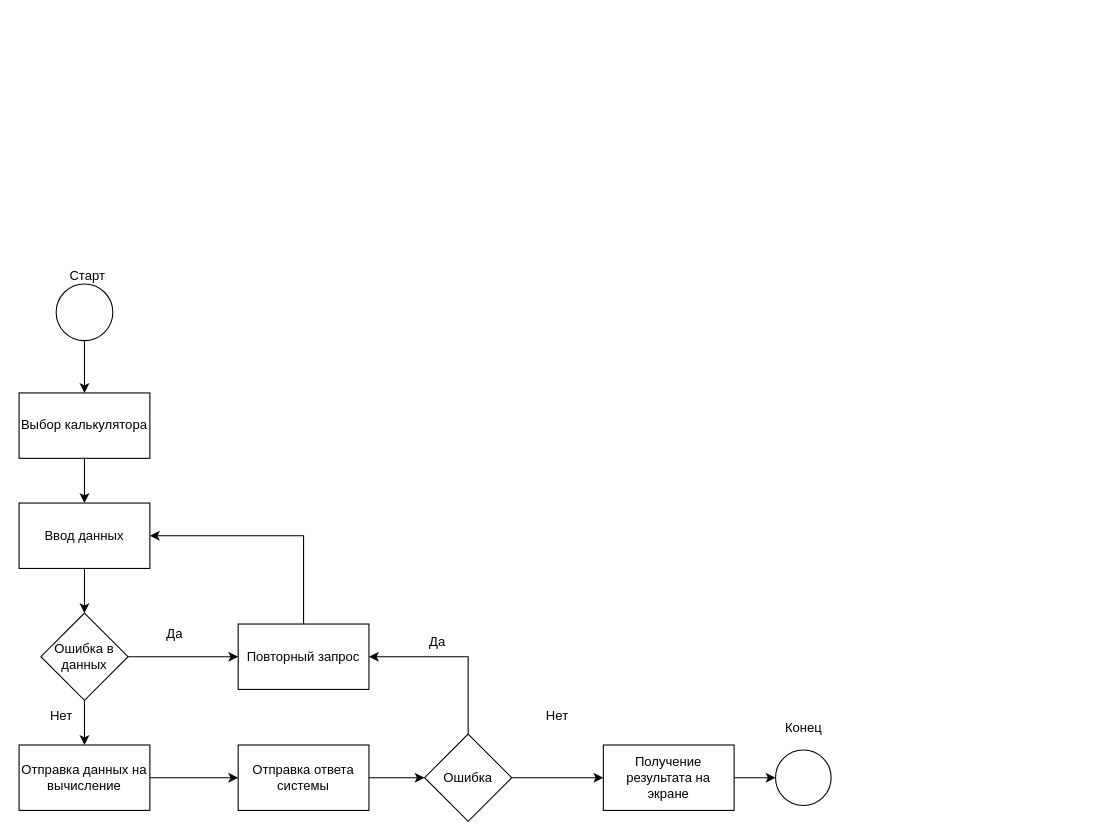
Alexander-Bankov/draw keeps this draw.io diagram as pr2.drawio. Above is the earlier version. Source tidied: cells renumbered, new cells numbered last; positions are measured from the earlier drawing's top-left corner, leaving out a move shared by most shapes. Both pictures are drawn from the tidied source at 109%, with x=0, y=0 at pixel (19, 259).
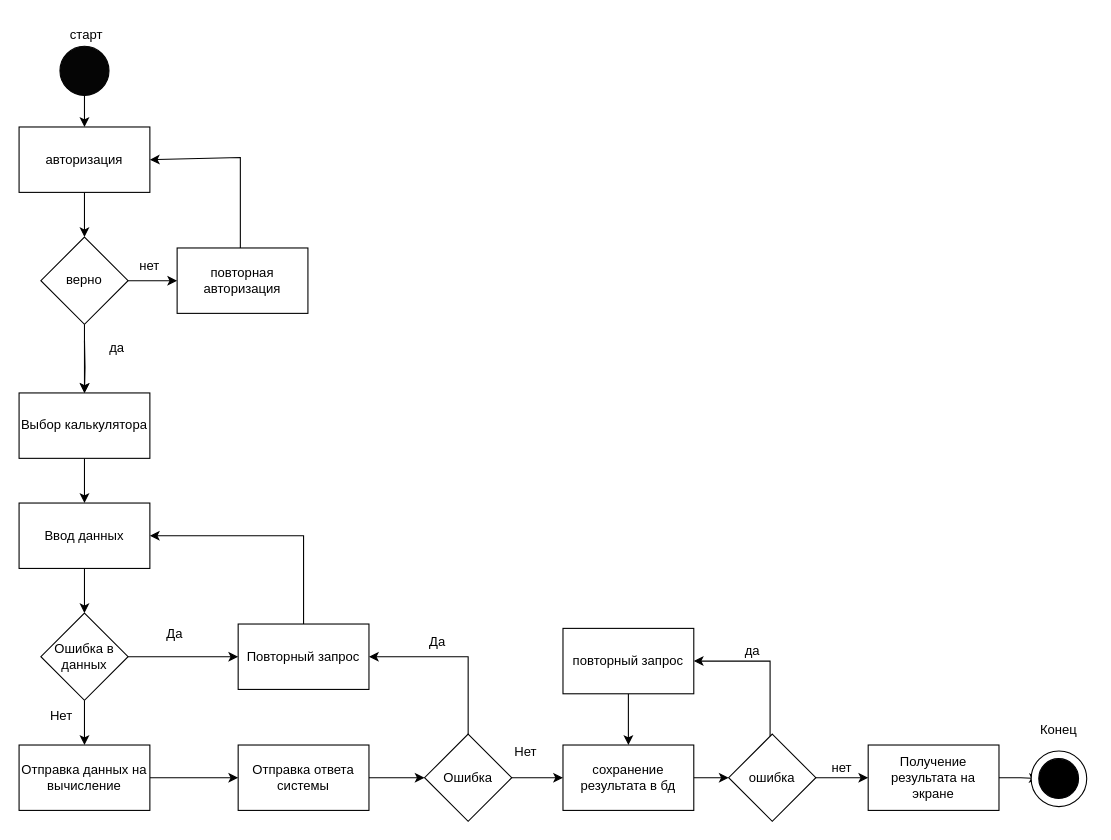
After the change.

Unchanged cells that the change refers to:
```xml
<mxCell id="19" value="Ошибка" style="rhombus;whiteSpace=wrap;html=1;" parent="1" vertex="1">
  <mxGeometry x="372" y="435" width="80" height="80" as="geometry" />
</mxCell>
<mxCell id="28" value="Выбор калькулятора" style="rounded=0;whiteSpace=wrap;html=1;" parent="1" vertex="1">
  <mxGeometry y="122" width="120" height="60" as="geometry" />
</mxCell>
```

What changed in the source:
```diff
@@
-    <mxCell id="2" style="edgeStyle=orthogonalEdgeStyle;rounded=0;jettySize=auto;html=1;" parent="1" edge="1" source="3" target="28">
-      <mxGeometry relative="1" as="geometry" />
+    <mxCell id="2" style="edgeStyle=orthogonalEdgeStyle;rounded=0;jettySize=auto;html=1;" parent="1" edge="1" target="28">
+      <mxGeometry relative="1" as="geometry">
+        <mxPoint x="60" y="74" as="sourcePoint" />
+      </mxGeometry>
     </mxCell>
-    <mxCell id="3" style="ellipse;whiteSpace=wrap;html=1;labelBackgroundColor=none;" parent="1" vertex="1">
-      <mxGeometry x="34" y="22" width="52" height="52" as="geometry" />
-    </mxCell>
-    <mxCell id="4" value="Старт" style="text;html=1;align=center;verticalAlign=middle;whiteSpace=wrap;rounded=0;labelBackgroundColor=none;" parent="1" vertex="1">
-      <mxGeometry x="33" width="60" height="30" as="geometry" />
-    </mxCell>
@@
-    <mxCell id="18" style="edgeStyle=orthogonalEdgeStyle;rounded=0;jettySize=auto;html=1;exitX=1;exitY=0.5;exitDx=0;exitDy=0;entryX=0;entryY=0.5;entryDx=0;entryDy=0;" parent="1" edge="1" source="19" target="24">
-      <mxGeometry relative="1" as="geometry" />
-    </mxCell>
+    <mxCell id="29" style="edgeStyle=orthogonalEdgeStyle;rounded=0;jettySize=auto;html=1;" parent="1" edge="1" source="19" target="45">
+      <mxGeometry relative="1" as="geometry" />
+    </mxCell>
@@
     <mxCell id="22" value="Нет" style="text;html=1;align=center;verticalAlign=middle;whiteSpace=wrap;rounded=0;" parent="1" vertex="1">
-      <mxGeometry x="464" y="404" width="60" height="30" as="geometry" />
+      <mxGeometry x="435" y="437" width="60" height="30" as="geometry" />
     </mxCell>
-    <mxCell id="23" style="edgeStyle=orthogonalEdgeStyle;rounded=0;jettySize=auto;html=1;exitX=1;exitY=0.5;exitDx=0;exitDy=0;entryX=0;entryY=0.5;entryDx=0;entryDy=0;" parent="1" edge="1" source="24" target="25">
-      <mxGeometry relative="1" as="geometry" />
-    </mxCell>
+    <mxCell id="30" style="edgeStyle=orthogonalEdgeStyle;rounded=0;jettySize=auto;html=1;" parent="1" edge="1" source="24" target="43">
+      <mxGeometry relative="1" as="geometry" />
+    </mxCell>
     <mxCell id="24" value="Получение результата на экране" style="rounded=0;whiteSpace=wrap;html=1;" parent="1" vertex="1">
-      <mxGeometry x="536" y="445" width="120" height="60" as="geometry" />
+      <mxGeometry x="779" y="445" width="120" height="60" as="geometry" />
     </mxCell>
     <mxCell id="25" style="ellipse;whiteSpace=wrap;html=1;" parent="1" vertex="1">
-      <mxGeometry x="694" y="449.5" width="51" height="51" as="geometry" />
+      <mxGeometry x="928.5" y="450.5" width="51" height="51" as="geometry" />
     </mxCell>
     <mxCell id="26" value="Конец" style="text;html=1;align=center;verticalAlign=middle;whiteSpace=wrap;rounded=0;" parent="1" vertex="1">
-      <mxGeometry x="689.5" y="415" width="60" height="30" as="geometry" />
+      <mxGeometry x="924" y="416" width="60" height="30" as="geometry" />
     </mxCell>
@@
+    <mxCell id="31" style="edgeStyle=orthogonalEdgeStyle;rounded=0;jettySize=auto;html=1;" parent="1" edge="1" source="32" target="35">
+      <mxGeometry relative="1" as="geometry" />
+    </mxCell>
+    <mxCell id="32" value="авторизация" style="rounded=0;whiteSpace=wrap;html=1;" parent="1" vertex="1">
+      <mxGeometry y="-122" width="120" height="60" as="geometry" />
+    </mxCell>
+    <mxCell id="33" style="edgeStyle=orthogonalEdgeStyle;rounded=0;jettySize=auto;html=1;" parent="1" edge="1" source="35" target="28">
+      <mxGeometry relative="1" as="geometry" />
+    </mxCell>
+    <mxCell id="34" style="edgeStyle=orthogonalEdgeStyle;rounded=0;jettySize=auto;html=1;" parent="1" edge="1" source="35" target="37">
+      <mxGeometry relative="1" as="geometry" />
+    </mxCell>
+    <mxCell id="35" value="верно" style="rhombus;whiteSpace=wrap;html=1;" parent="1" vertex="1">
+      <mxGeometry x="20" y="-21" width="80" height="80" as="geometry" />
+    </mxCell>
+    <mxCell id="36" value="да" style="text;html=1;align=center;verticalAlign=middle;whiteSpace=wrap;rounded=0;" parent="1" vertex="1">
+      <mxGeometry x="60" y="66" width="60" height="30" as="geometry" />
+    </mxCell>
+    <mxCell id="37" value="повторная авторизация" style="rounded=0;whiteSpace=wrap;html=1;" parent="1" vertex="1">
+      <mxGeometry x="145" y="-11" width="120" height="60" as="geometry" />
+    </mxCell>
+    <mxCell id="38" value="нет" style="text;html=1;align=center;verticalAlign=middle;whiteSpace=wrap;rounded=0;" parent="1" vertex="1">
+      <mxGeometry x="90" y="-9" width="60" height="30" as="geometry" />
+    </mxCell>
+    <mxCell id="39" style="edgeStyle=orthogonalEdgeStyle;rounded=0;jettySize=auto;html=1;" parent="1" edge="1" source="40" target="32">
+      <mxGeometry relative="1" as="geometry" />
+    </mxCell>
+    <mxCell id="40" style="ellipse;whiteSpace=wrap;html=1;strokeColor=#030303;fillColor=#050505;" parent="1" vertex="1">
+      <mxGeometry x="37.5" y="-196" width="45" height="45" as="geometry" />
+    </mxCell>
+    <mxCell id="41" value="старт" style="text;html=1;align=center;verticalAlign=middle;whiteSpace=wrap;rounded=0;" parent="1" vertex="1">
+      <mxGeometry x="32" y="-221" width="60" height="30" as="geometry" />
+    </mxCell>
+    <mxCell id="42" style="endArrow=classic;html=1;rounded=0;entryX=1;entryY=0.5;entryDx=0;entryDy=0;" parent="1" edge="1" target="32">
+      <mxGeometry relative="1" as="geometry">
+        <mxPoint x="203" y="-11" as="sourcePoint" />
+        <Array as="points">
+          <mxPoint x="203" y="-94" />
+        </Array>
+      </mxGeometry>
+    </mxCell>
+    <mxCell id="43" style="ellipse;whiteSpace=wrap;html=1;strokeColor=#000003;fillColor=#000000;" parent="1" vertex="1">
+      <mxGeometry x="935.5" y="457.5" width="36.5" height="36.5" as="geometry" />
+    </mxCell>
+    <mxCell id="44" style="edgeStyle=orthogonalEdgeStyle;rounded=0;jettySize=auto;html=1;" parent="1" edge="1" source="45" target="47">
+      <mxGeometry relative="1" as="geometry" />
+    </mxCell>
+    <mxCell id="45" value="сохранение результата в бд" style="rounded=0;whiteSpace=wrap;html=1;" parent="1" vertex="1">
+      <mxGeometry x="499" y="445" width="120" height="60" as="geometry" />
+    </mxCell>
+    <mxCell id="46" style="edgeStyle=orthogonalEdgeStyle;rounded=0;jettySize=auto;html=1;" parent="1" edge="1" source="47" target="24">
+      <mxGeometry relative="1" as="geometry" />
+    </mxCell>
+    <mxCell id="47" value="ошибка" style="rhombus;whiteSpace=wrap;html=1;" parent="1" vertex="1">
+      <mxGeometry x="651" y="435" width="80" height="80" as="geometry" />
+    </mxCell>
+    <mxCell id="48" value="нет" style="text;html=1;align=center;verticalAlign=middle;whiteSpace=wrap;rounded=0;" parent="1" vertex="1">
+      <mxGeometry x="725" y="451" width="60" height="30" as="geometry" />
+    </mxCell>
+    <mxCell id="49" style="edgeStyle=orthogonalEdgeStyle;rounded=0;jettySize=auto;html=1;" parent="1" edge="1" source="50" target="45">
+      <mxGeometry relative="1" as="geometry" />
+    </mxCell>
+    <mxCell id="50" value="повторный запрос" style="rounded=0;whiteSpace=wrap;html=1;" parent="1" vertex="1">
+      <mxGeometry x="499" y="338" width="120" height="60" as="geometry" />
+    </mxCell>
+    <mxCell id="51" style="endArrow=classic;html=1;rounded=0;entryX=1;entryY=0.5;entryDx=0;entryDy=0;" parent="1" edge="1" target="50">
+      <mxGeometry relative="1" as="geometry">
+        <mxPoint x="689" y="437" as="sourcePoint" />
+        <Array as="points">
+          <mxPoint x="689" y="368" />
+        </Array>
+      </mxGeometry>
+    </mxCell>
+    <mxCell id="52" value="да" style="text;html=1;align=center;verticalAlign=middle;whiteSpace=wrap;rounded=0;" parent="1" vertex="1">
+      <mxGeometry x="643" y="344" width="60" height="30" as="geometry" />
+    </mxCell>
```
